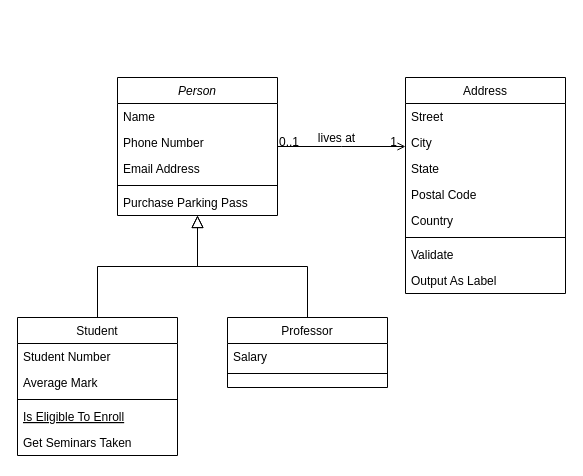
gualtierigio/db-university keeps this draw.io diagram as Untitled Diagram.drawio. Above is the earlier version. Source tidied: cells renumbered, new cells numbered last; positions are measured from the earlier drawing's top-left corner, leaving out a move shared by most shapes. Both pictures are drawn from the tidied source at 100%, with x=0, y=0 at pixel (17, 77).
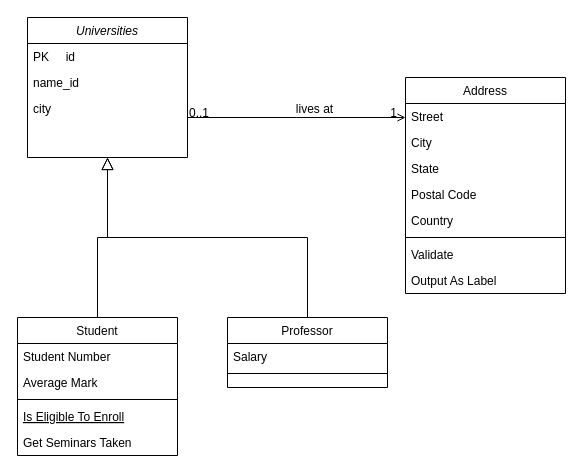
The same diagram, later.

The edit, as a diff of the source:
```diff
@@
-    <mxCell id="2" value="Person" style="swimlane;fontStyle=2;align=center;verticalAlign=top;horizontal=1;startSize=26;rounded=0;shadow=0;strokeWidth=1;" parent="1" vertex="1">
-      <mxGeometry x="100" width="160" height="138" as="geometry" />
+    <mxCell id="2" value="Universities" style="swimlane;fontStyle=2;align=center;verticalAlign=top;horizontal=1;startSize=26;rounded=0;shadow=0;strokeWidth=1;" parent="1" vertex="1">
+      <mxGeometry x="10" y="-60" width="160" height="140" as="geometry" />
     </mxCell>
-    <mxCell id="3" value="Name" style="text;align=left;verticalAlign=top;spacingLeft=4;spacingRight=4;overflow=hidden;" parent="2" vertex="1">
+    <mxCell id="3" value="PK     id" style="text;align=left;verticalAlign=top;spacingLeft=4;spacingRight=4;overflow=hidden;" parent="2" vertex="1">
       <mxGeometry y="26" width="160" height="26" as="geometry" />
     </mxCell>
-    <mxCell id="4" value="Phone Number" style="text;align=left;verticalAlign=top;spacingLeft=4;spacingRight=4;overflow=hidden;rounded=0;shadow=0;html=0;" parent="2" vertex="1">
+    <mxCell id="4" value="name_id" style="text;align=left;verticalAlign=top;spacingLeft=4;spacingRight=4;overflow=hidden;rounded=0;shadow=0;html=0;" parent="2" vertex="1">
       <mxGeometry y="52" width="160" height="26" as="geometry" />
     </mxCell>
-    <mxCell id="5" value="Email Address" style="text;align=left;verticalAlign=top;spacingLeft=4;spacingRight=4;overflow=hidden;rounded=0;shadow=0;html=0;" parent="2" vertex="1">
-      <mxGeometry y="78" width="160" height="26" as="geometry" />
+    <mxCell id="5" value="city" style="text;align=left;verticalAlign=top;spacingLeft=4;spacingRight=4;overflow=hidden;rounded=0;shadow=0;html=0;" parent="2" vertex="1">
+      <mxGeometry y="78" width="160" height="32" as="geometry" />
     </mxCell>
-    <mxCell id="6" style="line;html=1;strokeWidth=1;align=left;verticalAlign=middle;spacingTop=-1;spacingLeft=3;spacingRight=3;labelPosition=right;" parent="2" vertex="1">
-      <mxGeometry y="104" width="160" height="8" as="geometry" />
-    </mxCell>
-    <mxCell id="7" value="Purchase Parking Pass" style="text;align=left;verticalAlign=top;spacingLeft=4;spacingRight=4;overflow=hidden;" parent="2" vertex="1">
-      <mxGeometry y="112" width="160" height="26" as="geometry" />
-    </mxCell>
```
